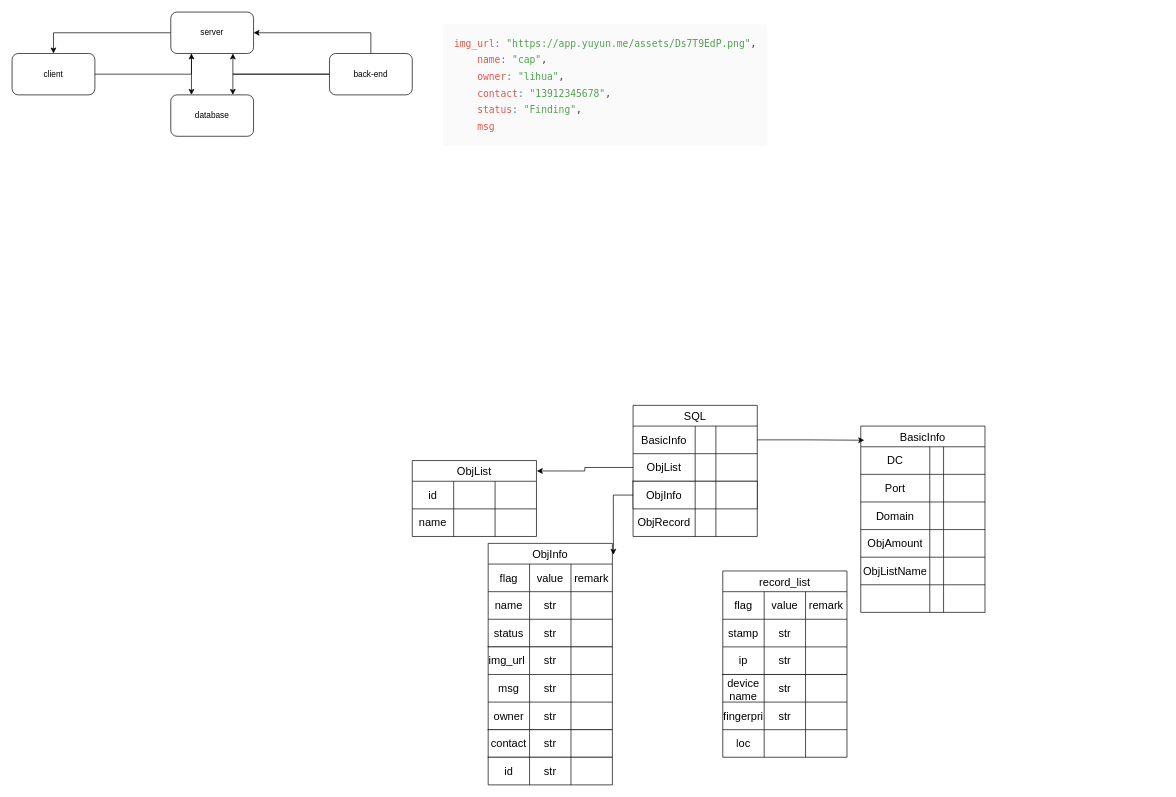
musicleaf/iodraw-files keeps this draw.io diagram as all/exun.drawio. Above is the earlier version. Source tidied: cells renumbered, new cells numbered last; positions are measured from the earlier drawing's top-left corner, leaving out a move shared by most shapes. Both pictures are drawn from the tidied source at 69%, with x=0, y=0 at pixel (12, 12).
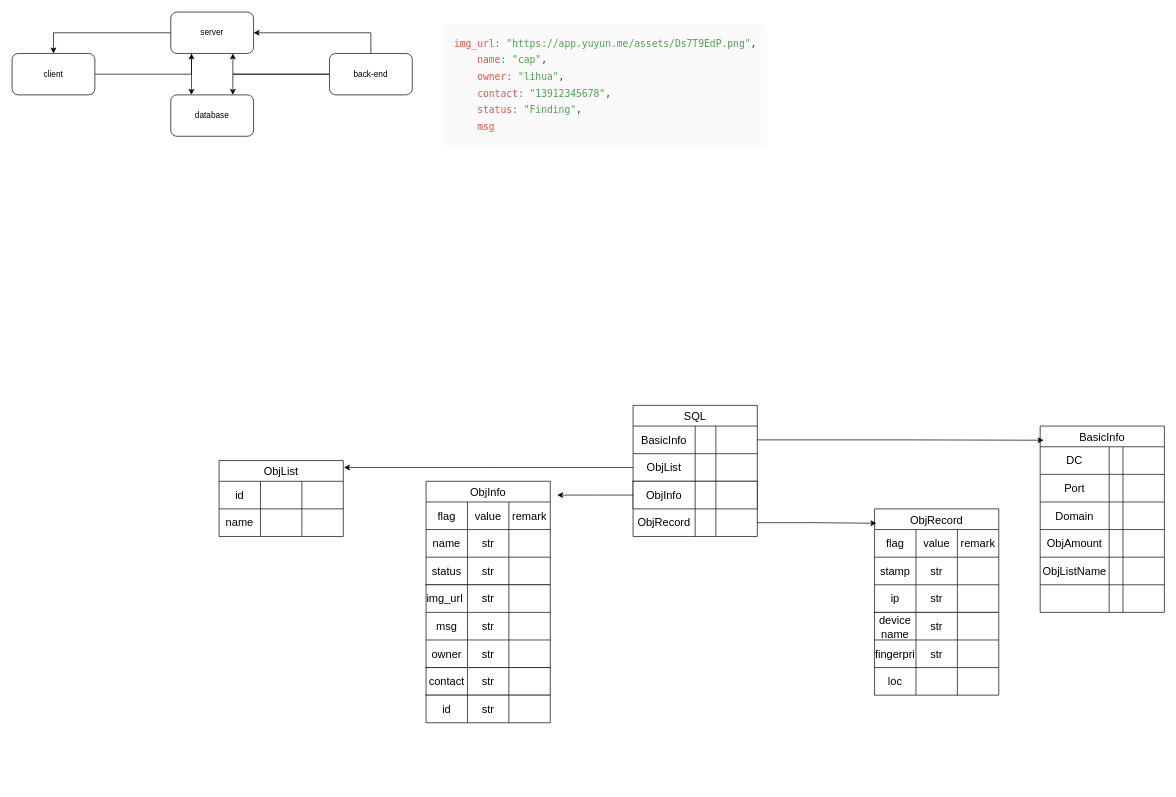
The same page after the edit.

Unchanged cells that the change refers to:
```xml
<mxCell id="44" style="shape=tableRow;horizontal=0;startSize=0;swimlaneHead=0;swimlaneBody=0;strokeColor=inherit;top=0;left=0;bottom=0;right=0;fillColor=none;points=[[0,0.5],[1,0.5]];portConstraint=eastwest;fontSize=16;" parent="39" vertex="1">
  <mxGeometry y="70" width="180" height="40" as="geometry" />
</mxCell>
<mxCell id="53" style="shape=tableRow;horizontal=0;startSize=0;swimlaneHead=0;swimlaneBody=0;strokeColor=inherit;top=0;left=0;bottom=0;right=0;fillColor=none;points=[[0,0.5],[1,0.5]];portConstraint=eastwest;fontSize=16;" parent="52" vertex="1">
  <mxGeometry width="180" height="40" as="geometry" />
</mxCell>
<mxCell id="57" style="shape=tableRow;horizontal=0;startSize=0;swimlaneHead=0;swimlaneBody=0;strokeColor=inherit;top=0;left=0;bottom=0;right=0;fillColor=none;points=[[0,0.5],[1,0.5]];portConstraint=eastwest;fontSize=16;" parent="52" vertex="1">
  <mxGeometry y="40" width="180" height="40" as="geometry" />
</mxCell>
```

Diff of the diagram source:
```diff
@@
-    <mxCell id="13" value="record_list" style="shape=table;startSize=30;childLayout=tableLayout;strokeColor=default;fontSize=16;" parent="1" vertex="1">
-      <mxGeometry x="1030" y="810" width="180" height="150" as="geometry" />
+    <mxCell id="13" value="ObjRecord" style="shape=table;startSize=30;childLayout=tableLayout;strokeColor=default;fontSize=16;" parent="1" vertex="1">
+      <mxGeometry x="1250" y="720" width="180" height="150" as="geometry" />
     </mxCell>
@@
     <mxCell id="26" style="shape=table;startSize=0;childLayout=tableLayout;fontSize=16;" parent="1" vertex="1">
-      <mxGeometry x="1030" y="960" width="180" height="120" as="geometry" />
+      <mxGeometry x="1250" y="870" width="180" height="120" as="geometry" />
     </mxCell>
@@
     <mxCell id="61" value="BasicInfo" style="shape=table;startSize=30;childLayout=tableLayout;strokeColor=default;fontSize=16;" parent="1" vertex="1">
-      <mxGeometry x="1230" y="600" width="180" height="270" as="geometry" />
+      <mxGeometry x="1490" y="600" width="180" height="270" as="geometry" />
     </mxCell>
@@
     <mxCell id="87" value="ObjList" style="shape=table;startSize=30;childLayout=tableLayout;strokeColor=default;fontSize=16;" parent="1" vertex="1">
-      <mxGeometry x="580" y="650" width="180" height="110" as="geometry" />
+      <mxGeometry x="300" y="650" width="180" height="110" as="geometry" />
     </mxCell>
@@
-    <mxCell id="96" style="edgeStyle=orthogonalEdgeStyle;rounded=0;jettySize=auto;html=1;entryX=1.003;entryY=0.137;entryDx=0;entryDy=0;entryPerimeter=0;" parent="1" edge="1" source="44" target="87">
-      <mxGeometry relative="1" as="geometry" />
+    <mxCell id="96" style="edgeStyle=orthogonalEdgeStyle;rounded=0;jettySize=auto;html=1;" parent="1" edge="1" source="44">
+      <mxGeometry relative="1" as="geometry">
+        <mxPoint x="481" y="660" as="targetPoint" />
+      </mxGeometry>
     </mxCell>
     <mxCell id="97" value="ObjInfo" style="shape=table;startSize=30;childLayout=tableLayout;strokeColor=default;fontSize=16;" parent="1" vertex="1">
-      <mxGeometry x="690" y="770" width="180" height="150" as="geometry" />
+      <mxGeometry x="600" y="680" width="180" height="150" as="geometry" />
     </mxCell>
@@
     <mxCell id="110" style="shape=table;startSize=0;childLayout=tableLayout;fontSize=16;" parent="1" vertex="1">
-      <mxGeometry x="690" y="920" width="180" height="120" as="geometry" />
+      <mxGeometry x="600" y="830" width="180" height="120" as="geometry" />
     </mxCell>
@@
     <mxCell id="123" style="shape=table;startSize=0;childLayout=tableLayout;fontSize=16;" parent="1" vertex="1">
-      <mxGeometry x="690" y="1040" width="180" height="40" as="geometry" />
+      <mxGeometry x="600" y="950" width="180" height="40" as="geometry" />
     </mxCell>
@@
     <mxCell id="128" style="shape=table;startSize=0;childLayout=tableLayout;fontSize=16;" parent="1" vertex="1">
-      <mxGeometry x="690" y="1080" width="180" height="40" as="geometry" />
+      <mxGeometry x="600" y="990" width="180" height="40" as="geometry" />
     </mxCell>
@@
-    <mxCell id="133" style="edgeStyle=orthogonalEdgeStyle;rounded=0;jettySize=auto;html=1;entryX=1.008;entryY=0.11;entryDx=0;entryDy=0;entryPerimeter=0;" parent="1" edge="1" source="53" target="97">
-      <mxGeometry relative="1" as="geometry" />
+    <mxCell id="133" style="edgeStyle=orthogonalEdgeStyle;rounded=0;jettySize=auto;html=1;" parent="1" edge="1" source="53">
+      <mxGeometry relative="1" as="geometry">
+        <mxPoint x="790" y="700" as="targetPoint" />
+      </mxGeometry>
     </mxCell>
+    <mxCell id="134" style="edgeStyle=orthogonalEdgeStyle;rounded=0;jettySize=auto;html=1;entryX=0.015;entryY=0.139;entryDx=0;entryDy=0;entryPerimeter=0;" parent="1" edge="1" source="57" target="13">
+      <mxGeometry relative="1" as="geometry" />
+    </mxCell>
```
